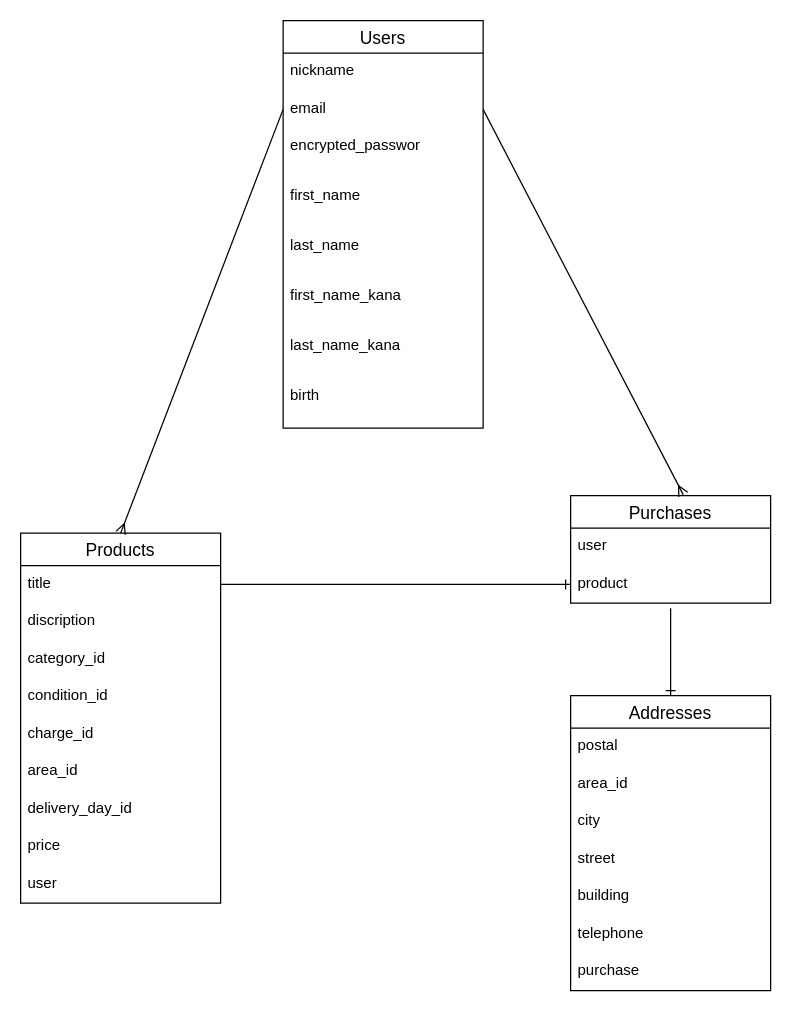
Above: er.dio in TashiNao/furima-37763 (draw.io), before the change. Source tidied: cells renumbered, new cells numbered last; positions are measured from the earlier drawing's top-left corner, leaving out a move shared by most shapes. Both pictures are drawn from the tidied source at 125%, with x=0, y=0 at pixel (20, 20).
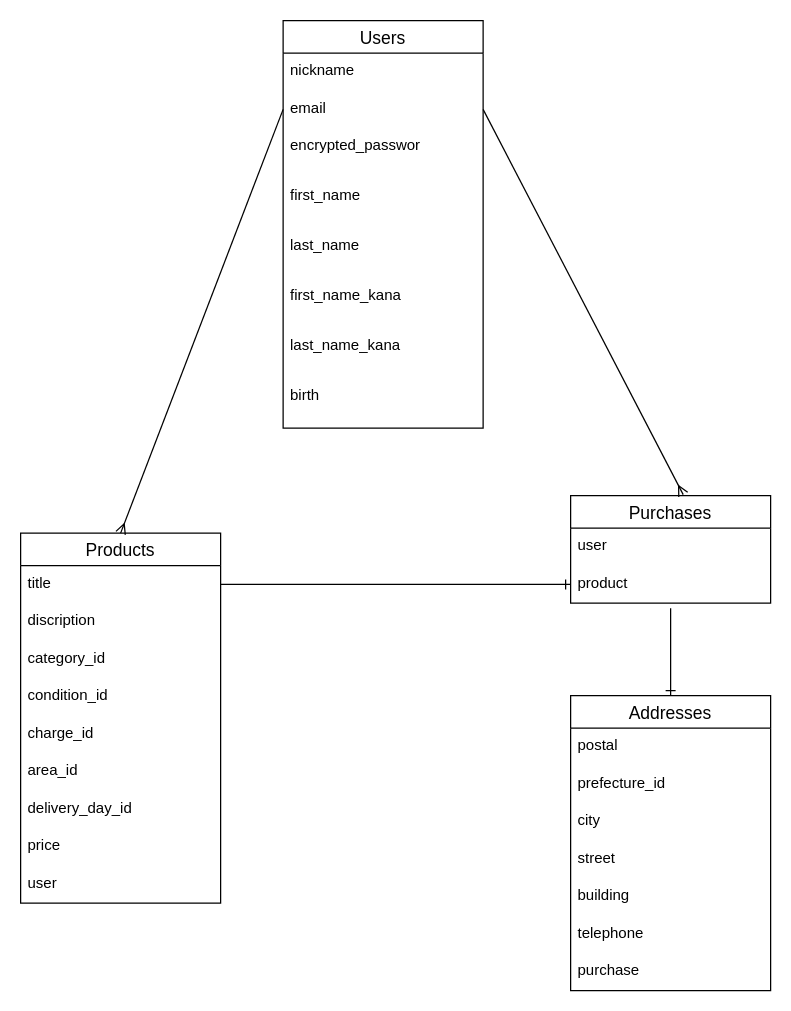
The same page after the edit.

Unchanged cells that the change refers to:
```xml
<mxCell id="24" value="Addresses" style="swimlane;fontStyle=0;horizontal=1;startSize=26;align=center;fontSize=14;" parent="1" vertex="1">
  <mxGeometry x="440" y="540" width="160" height="236" as="geometry" />
</mxCell>
```

What changed in the source:
```diff
@@
-    <mxCell id="26" value="area_id" style="text;strokeColor=none;fillColor=none;spacingLeft=4;spacingRight=4;overflow=hidden;fontSize=12;" parent="24" vertex="1">
+    <mxCell id="26" value="prefecture_id" style="text;strokeColor=none;fillColor=none;spacingLeft=4;spacingRight=4;overflow=hidden;fontSize=12;" parent="24" vertex="1">
       <mxGeometry y="56" width="160" height="30" as="geometry" />
     </mxCell>
```
